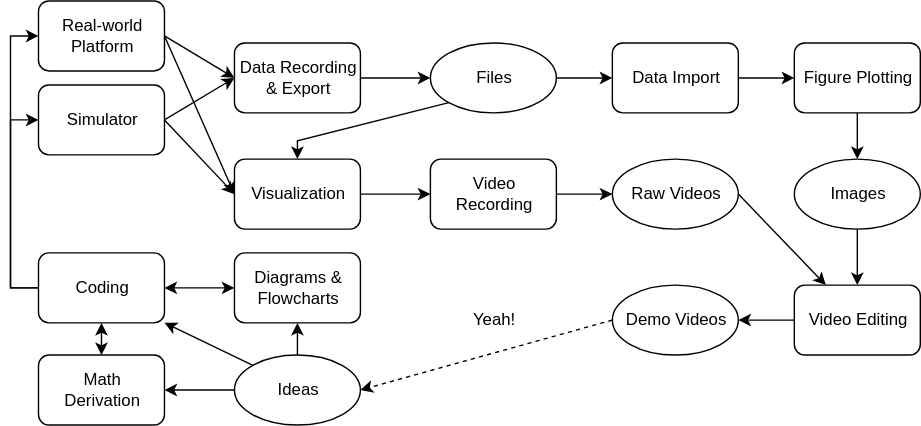
The draw.io diagram images/research_workflow.svg in Magic-wei/make_work_easier, before a commit. Source tidied: cells renumbered, new cells last; positions are measured from the earlier drawing's top-left corner, leaving out a move shared by most shapes.
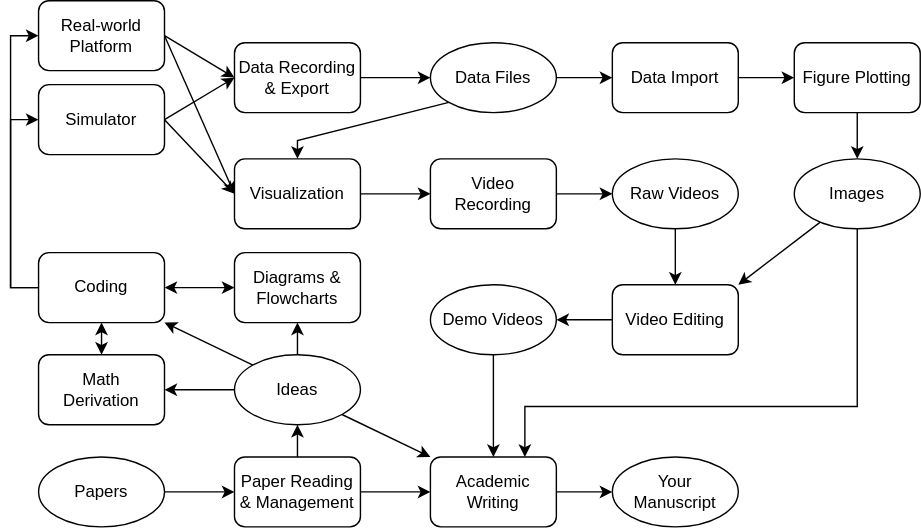
Later version of the same file.

Commit message:
Add Academic writing tools

What changed in the source:
```diff
@@ -5,7 +5,7 @@
     <mxCell id="2" style="edgeStyle=none;rounded=0;jettySize=auto;html=1;exitX=1;exitY=0.5;exitDx=0;exitDy=0;entryX=0;entryY=0.5;entryDx=0;entryDy=0;" parent="1" edge="1" source="4" target="9">
       <mxGeometry relative="1" as="geometry" />
     </mxCell>
-    <mxCell id="3" style="edgeStyle=none;rounded=0;jettySize=auto;html=1;exitX=1;exitY=0.5;exitDx=0;exitDy=0;entryX=0;entryY=0.5;entryDx=0;entryDy=0;" parent="1" edge="1" source="4" target="22">
+    <mxCell id="3" style="edgeStyle=none;rounded=0;jettySize=auto;html=1;exitX=1;exitY=0.5;exitDx=0;exitDy=0;entryX=0;entryY=0.5;entryDx=0;entryDy=0;" parent="1" edge="1" source="4" target="23">
       <mxGeometry relative="1" as="geometry" />
     </mxCell>
     <mxCell id="4" value="Real-world Platform" style="rounded=1;whiteSpace=wrap;html=1;" parent="1" vertex="1">
@@ -14,7 +14,7 @@
     <mxCell id="5" style="edgeStyle=none;rounded=0;jettySize=auto;html=1;exitX=1;exitY=0.5;exitDx=0;exitDy=0;entryX=0;entryY=0.5;entryDx=0;entryDy=0;" parent="1" edge="1" source="7" target="9">
       <mxGeometry relative="1" as="geometry" />
     </mxCell>
-    <mxCell id="6" style="edgeStyle=none;rounded=0;jettySize=auto;html=1;exitX=1;exitY=0.5;exitDx=0;exitDy=0;entryX=0;entryY=0.5;entryDx=0;entryDy=0;" parent="1" edge="1" source="7" target="22">
+    <mxCell id="6" style="edgeStyle=none;rounded=0;jettySize=auto;html=1;exitX=1;exitY=0.5;exitDx=0;exitDy=0;entryX=0;entryY=0.5;entryDx=0;entryDy=0;" parent="1" edge="1" source="7" target="23">
       <mxGeometry relative="1" as="geometry" />
     </mxCell>
     <mxCell id="7" value="Simulator" style="rounded=1;whiteSpace=wrap;html=1;" parent="1" vertex="1">
@@ -29,7 +29,7 @@
     <mxCell id="10" style="edgeStyle=none;rounded=0;jettySize=auto;html=1;" parent="1" edge="1" source="12" target="14">
       <mxGeometry relative="1" as="geometry" />
     </mxCell>
-    <mxCell id="11" style="edgeStyle=none;rounded=0;jettySize=auto;html=1;exitX=0;exitY=1;exitDx=0;exitDy=0;entryX=0.5;entryY=0;entryDx=0;entryDy=0;" parent="1" edge="1" source="12" target="22">
+    <mxCell id="11" style="edgeStyle=none;rounded=0;jettySize=auto;html=1;exitX=0;exitY=1;exitDx=0;exitDy=0;entryX=0.5;entryY=0;entryDx=0;entryDy=0;" parent="1" edge="1" source="12" target="23">
       <mxGeometry relative="1" as="geometry">
         <Array as="points">
           <mxPoint x="185" y="100" />
@@ -45,83 +45,115 @@
     <mxCell id="14" value="Data Import" style="rounded=1;whiteSpace=wrap;html=1;" parent="1" vertex="1">
       <mxGeometry x="410" y="30" width="90" height="50" as="geometry" />
     </mxCell>
-    <mxCell id="15" style="edgeStyle=orthogonalEdgeStyle;rounded=0;jettySize=auto;html=1;exitX=0.5;exitY=1;exitDx=0;exitDy=0;entryX=0.5;entryY=0;entryDx=0;entryDy=0;" parent="1" edge="1" source="16" target="18">
+    <mxCell id="15" style="edgeStyle=orthogonalEdgeStyle;rounded=0;jettySize=auto;html=1;exitX=0.5;exitY=1;exitDx=0;exitDy=0;entryX=0.5;entryY=0;entryDx=0;entryDy=0;" parent="1" edge="1" source="16" target="19">
       <mxGeometry relative="1" as="geometry" />
     </mxCell>
     <mxCell id="16" value="Figure Plotting" style="rounded=1;whiteSpace=wrap;html=1;" parent="1" vertex="1">
       <mxGeometry x="540" y="30" width="90" height="50" as="geometry" />
     </mxCell>
-    <mxCell id="17" style="edgeStyle=none;rounded=0;jettySize=auto;html=1;entryX=0.5;entryY=0;entryDx=0;entryDy=0;" parent="1" edge="1" source="18" target="20">
+    <mxCell id="17" style="rounded=0;jettySize=auto;html=1;entryX=1;entryY=0;entryDx=0;entryDy=0;" parent="1" edge="1" source="19" target="21">
       <mxGeometry relative="1" as="geometry" />
     </mxCell>
-    <mxCell id="18" value="Images" style="ellipse;whiteSpace=wrap;html=1;" parent="1" vertex="1">
-      <mxGeometry x="540" y="113" width="90" height="50" as="geometry" />
+    <mxCell id="18" style="edgeStyle=orthogonalEdgeStyle;rounded=0;jettySize=auto;html=1;exitX=0.5;exitY=1;exitDx=0;exitDy=0;entryX=0.75;entryY=0;entryDx=0;entryDy=0;" parent="1" edge="1" source="19" target="48">
+      <mxGeometry relative="1" as="geometry">
+        <Array as="points">
+          <mxPoint x="585" y="290" />
+          <mxPoint x="348" y="290" />
+        </Array>
+      </mxGeometry>
     </mxCell>
-    <mxCell id="19" style="edgeStyle=orthogonalEdgeStyle;rounded=0;jettySize=auto;html=1;exitX=0;exitY=0.5;exitDx=0;exitDy=0;entryX=1;entryY=0.5;entryDx=0;entryDy=0;" parent="1" edge="1" source="20" target="28">
-      <mxGeometry relative="1" as="geometry" />
+    <mxCell id="19" value="Images" style="ellipse;whiteSpace=wrap;html=1;" parent="1" vertex="1">
+      <mxGeometry x="540" y="113" width="90" height="50" as="geometry" />
     </mxCell>
-    <mxCell id="20" value="Video Editing" style="rounded=1;whiteSpace=wrap;html=1;" parent="1" vertex="1">
-      <mxGeometry x="540" y="203" width="90" height="50" as="geometry" />
+    <mxCell id="20" style="edgeStyle=orthogonalEdgeStyle;rounded=0;jettySize=auto;html=1;exitX=0;exitY=0.5;exitDx=0;exitDy=0;entryX=1;entryY=0.5;entryDx=0;entryDy=0;" parent="1" edge="1" source="21" target="29">
+      <mxGeometry relative="1" as="geometry" />
     </mxCell>
-    <mxCell id="21" style="edgeStyle=orthogonalEdgeStyle;rounded=0;jettySize=auto;html=1;entryX=0;entryY=0.5;entryDx=0;entryDy=0;" parent="1" edge="1" source="22" target="24">
-      <mxGeometry relative="1" as="geometry" />
+    <mxCell id="21" value="Video Editing" style="rounded=1;whiteSpace=wrap;html=1;" parent="1" vertex="1">
+      <mxGeometry x="410" y="203" width="90" height="50" as="geometry" />
     </mxCell>
-    <mxCell id="22" value="Visualization" style="rounded=1;whiteSpace=wrap;html=1;" parent="1" vertex="1">
-      <mxGeometry x="140" y="113" width="90" height="50" as="geometry" />
+    <mxCell id="22" style="edgeStyle=orthogonalEdgeStyle;rounded=0;jettySize=auto;html=1;entryX=0;entryY=0.5;entryDx=0;entryDy=0;" parent="1" edge="1" source="23" target="25">
+      <mxGeometry relative="1" as="geometry" />
     </mxCell>
-    <mxCell id="23" style="edgeStyle=orthogonalEdgeStyle;rounded=0;jettySize=auto;html=1;exitX=1;exitY=0.5;exitDx=0;exitDy=0;entryX=0;entryY=0.5;entryDx=0;entryDy=0;" parent="1" edge="1" source="24" target="26">
-      <mxGeometry relative="1" as="geometry" />
+    <mxCell id="23" value="Visualization" style="rounded=1;whiteSpace=wrap;html=1;" parent="1" vertex="1">
+      <mxGeometry x="140" y="113" width="90" height="50" as="geometry" />
     </mxCell>
-    <mxCell id="24" value="Video Recording" style="rounded=1;whiteSpace=wrap;html=1;" parent="1" vertex="1">
-      <mxGeometry x="280" y="113" width="90" height="50" as="geometry" />
+    <mxCell id="24" style="edgeStyle=orthogonalEdgeStyle;rounded=0;jettySize=auto;html=1;exitX=1;exitY=0.5;exitDx=0;exitDy=0;entryX=0;entryY=0.5;entryDx=0;entryDy=0;" parent="1" edge="1" source="25" target="27">
+      <mxGeometry relative="1" as="geometry" />
     </mxCell>
-    <mxCell id="25" style="edgeStyle=none;rounded=0;jettySize=auto;html=1;exitX=1;exitY=0.5;exitDx=0;exitDy=0;entryX=0.25;entryY=0;entryDx=0;entryDy=0;startArrow=none;startFill=0;" parent="1" edge="1" source="26" target="20">
-      <mxGeometry relative="1" as="geometry" />
+    <mxCell id="25" value="Video Recording" style="rounded=1;whiteSpace=wrap;html=1;" parent="1" vertex="1">
+      <mxGeometry x="280" y="113" width="90" height="50" as="geometry" />
     </mxCell>
-    <mxCell id="26" value="Raw Videos" style="ellipse;whiteSpace=wrap;html=1;" parent="1" vertex="1">
-      <mxGeometry x="410" y="113" width="90" height="50" as="geometry" />
+    <mxCell id="26" style="edgeStyle=none;rounded=0;jettySize=auto;html=1;exitX=0.5;exitY=1;exitDx=0;exitDy=0;entryX=0.5;entryY=0;entryDx=0;entryDy=0;startArrow=none;startFill=0;" parent="1" edge="1" source="27" target="21">
+      <mxGeometry relative="1" as="geometry" />
     </mxCell>
-    <mxCell id="27" style="edgeStyle=none;rounded=0;jettySize=auto;html=1;exitX=0;exitY=0.5;exitDx=0;exitDy=0;entryX=1;entryY=0.5;entryDx=0;entryDy=0;startArrow=none;startFill=0;dashed=1;" parent="1" edge="1" source="28" target="32">
-      <mxGeometry relative="1" as="geometry" />
+    <mxCell id="27" value="Raw Videos" style="ellipse;whiteSpace=wrap;html=1;" parent="1" vertex="1">
+      <mxGeometry x="410" y="113" width="90" height="50" as="geometry" />
     </mxCell>
-    <mxCell id="28" value="Demo Videos" style="ellipse;whiteSpace=wrap;html=1;" parent="1" vertex="1">
-      <mxGeometry x="410" y="203" width="90" height="50" as="geometry" />
+    <mxCell id="28" style="edgeStyle=orthogonalEdgeStyle;rounded=0;jettySize=auto;html=1;exitX=0.5;exitY=1;exitDx=0;exitDy=0;entryX=0.5;entryY=0;entryDx=0;entryDy=0;" parent="1" edge="1" source="29" target="48">
+      <mxGeometry relative="1" as="geometry" />
     </mxCell>
-    <mxCell id="29" style="edgeStyle=none;rounded=0;jettySize=auto;html=1;exitX=0;exitY=0;exitDx=0;exitDy=0;entryX=1;entryY=1;entryDx=0;entryDy=0;" parent="1" edge="1" source="32" target="38">
-      <mxGeometry relative="1" as="geometry" />
+    <mxCell id="29" value="Demo Videos" style="ellipse;whiteSpace=wrap;html=1;" parent="1" vertex="1">
+      <mxGeometry x="280" y="203" width="90" height="50" as="geometry" />
     </mxCell>
-    <mxCell id="30" style="edgeStyle=none;rounded=0;jettySize=auto;html=1;exitX=0;exitY=0.5;exitDx=0;exitDy=0;entryX=1;entryY=0.5;entryDx=0;entryDy=0;" parent="1" edge="1" source="32" target="34">
+    <mxCell id="30" style="edgeStyle=none;rounded=0;jettySize=auto;html=1;exitX=0;exitY=0;exitDx=0;exitDy=0;entryX=1;entryY=1;entryDx=0;entryDy=0;" parent="1" edge="1" source="34" target="40">
       <mxGeometry relative="1" as="geometry" />
     </mxCell>
-    <mxCell id="31" style="edgeStyle=none;rounded=0;jettySize=auto;html=1;exitX=0.5;exitY=0;exitDx=0;exitDy=0;entryX=0.5;entryY=1;entryDx=0;entryDy=0;" parent="1" edge="1" source="32" target="40">
+    <mxCell id="31" style="edgeStyle=none;rounded=0;jettySize=auto;html=1;exitX=0;exitY=0.5;exitDx=0;exitDy=0;entryX=1;entryY=0.5;entryDx=0;entryDy=0;" parent="1" edge="1" source="34" target="36">
       <mxGeometry relative="1" as="geometry" />
     </mxCell>
-    <mxCell id="32" value="Ideas" style="ellipse;whiteSpace=wrap;html=1;" parent="1" vertex="1">
-      <mxGeometry x="140" y="253" width="90" height="50" as="geometry" />
+    <mxCell id="32" style="edgeStyle=none;rounded=0;jettySize=auto;html=1;exitX=0.5;exitY=0;exitDx=0;exitDy=0;entryX=0.5;entryY=1;entryDx=0;entryDy=0;" parent="1" edge="1" source="34" target="41">
+      <mxGeometry relative="1" as="geometry" />
     </mxCell>
-    <mxCell id="33" style="edgeStyle=orthogonalEdgeStyle;rounded=0;jettySize=auto;html=1;exitX=0.5;exitY=0;exitDx=0;exitDy=0;entryX=0.5;entryY=1;entryDx=0;entryDy=0;startArrow=classic;startFill=1;" parent="1" edge="1" source="34" target="38">
+    <mxCell id="33" style="edgeStyle=none;rounded=0;jettySize=auto;html=1;exitX=1;exitY=1;exitDx=0;exitDy=0;entryX=0;entryY=0;entryDx=0;entryDy=0;" parent="1" edge="1" source="34" target="48">
       <mxGeometry relative="1" as="geometry" />
     </mxCell>
-    <mxCell id="34" value="Math &lt;br&gt;Derivation" style="rounded=1;whiteSpace=wrap;html=1;" parent="1" vertex="1">
-      <mxGeometry y="253" width="90" height="50" as="geometry" />
+    <mxCell id="34" value="Ideas" style="ellipse;whiteSpace=wrap;html=1;" parent="1" vertex="1">
+      <mxGeometry x="140" y="253" width="90" height="50" as="geometry" />
     </mxCell>
-    <mxCell id="35" style="edgeStyle=orthogonalEdgeStyle;rounded=0;jettySize=auto;html=1;exitX=0;exitY=0.5;exitDx=0;exitDy=0;entryX=0;entryY=0.5;entryDx=0;entryDy=0;" parent="1" edge="1" source="38" target="4">
+    <mxCell id="35" style="edgeStyle=orthogonalEdgeStyle;rounded=0;jettySize=auto;html=1;exitX=0.5;exitY=0;exitDx=0;exitDy=0;entryX=0.5;entryY=1;entryDx=0;entryDy=0;startArrow=classic;startFill=1;" parent="1" edge="1" source="36" target="40">
       <mxGeometry relative="1" as="geometry" />
     </mxCell>
-    <mxCell id="36" style="edgeStyle=orthogonalEdgeStyle;rounded=0;jettySize=auto;html=1;exitX=0;exitY=0.5;exitDx=0;exitDy=0;entryX=0;entryY=0.5;entryDx=0;entryDy=0;" parent="1" edge="1" source="38" target="7">
-      <mxGeometry relative="1" as="geometry" />
+    <mxCell id="36" value="Math &lt;br&gt;Derivation" style="rounded=1;whiteSpace=wrap;html=1;" parent="1" vertex="1">
+      <mxGeometry y="253" width="90" height="50" as="geometry" />
     </mxCell>
-    <mxCell id="37" style="edgeStyle=none;rounded=0;jettySize=auto;html=1;exitX=1;exitY=0.5;exitDx=0;exitDy=0;entryX=0;entryY=0.5;entryDx=0;entryDy=0;startArrow=classic;startFill=1;" parent="1" edge="1" source="38" target="40">
+    <mxCell id="37" style="edgeStyle=orthogonalEdgeStyle;rounded=0;jettySize=auto;html=1;exitX=0;exitY=0.5;exitDx=0;exitDy=0;entryX=0;entryY=0.5;entryDx=0;entryDy=0;" parent="1" edge="1" source="40" target="4">
       <mxGeometry relative="1" as="geometry" />
     </mxCell>
-    <mxCell id="38" value="Coding" style="rounded=1;whiteSpace=wrap;html=1;" parent="1" vertex="1">
-      <mxGeometry y="180" width="90" height="50" as="geometry" />
+    <mxCell id="38" style="edgeStyle=orthogonalEdgeStyle;rounded=0;jettySize=auto;html=1;exitX=0;exitY=0.5;exitDx=0;exitDy=0;entryX=0;entryY=0.5;entryDx=0;entryDy=0;" parent="1" edge="1" source="40" target="7">
+      <mxGeometry relative="1" as="geometry" />
     </mxCell>
-    <mxCell id="39" value="Yeah!" style="text;html=1;strokeColor=none;fillColor=none;align=center;verticalAlign=middle;whiteSpace=wrap;rounded=0;" parent="1" vertex="1">
-      <mxGeometry x="305" y="218" width="40" height="20" as="geometry" />
+    <mxCell id="39" style="edgeStyle=none;rounded=0;jettySize=auto;html=1;exitX=1;exitY=0.5;exitDx=0;exitDy=0;entryX=0;entryY=0.5;entryDx=0;entryDy=0;startArrow=classic;startFill=1;" parent="1" edge="1" source="40" target="41">
+      <mxGeometry relative="1" as="geometry" />
     </mxCell>
-    <mxCell id="40" value="Diagrams &amp;amp; Flowcharts" style="rounded=1;whiteSpace=wrap;html=1;" parent="1" vertex="1">
-      <mxGeometry x="140" y="180" width="90" height="50" as="geometry" />
+    <mxCell id="40" value="Coding" style="rounded=1;whiteSpace=wrap;html=1;" parent="1" vertex="1">
+      <mxGeometry y="180" width="90" height="50" as="geometry" />
     </mxCell>
+    <mxCell id="41" value="Diagrams &amp;amp; Flowcharts" style="rounded=1;whiteSpace=wrap;html=1;" parent="1" vertex="1">
+      <mxGeometry x="140" y="180" width="90" height="50" as="geometry" />
+    </mxCell>
+    <mxCell id="42" style="edgeStyle=orthogonalEdgeStyle;rounded=0;jettySize=auto;html=1;exitX=0.5;exitY=0;exitDx=0;exitDy=0;entryX=0.5;entryY=1;entryDx=0;entryDy=0;" parent="1" edge="1" source="44" target="34">
+      <mxGeometry relative="1" as="geometry" />
+    </mxCell>
+    <mxCell id="43" style="edgeStyle=orthogonalEdgeStyle;rounded=0;jettySize=auto;html=1;exitX=1;exitY=0.5;exitDx=0;exitDy=0;entryX=0;entryY=0.5;entryDx=0;entryDy=0;" parent="1" edge="1" source="44" target="48">
+      <mxGeometry relative="1" as="geometry" />
+    </mxCell>
+    <mxCell id="44" value="Paper Reading &amp;amp; Management" style="rounded=1;whiteSpace=wrap;html=1;" parent="1" vertex="1">
+      <mxGeometry x="140" y="326" width="90" height="50" as="geometry" />
+    </mxCell>
+    <mxCell id="45" style="edgeStyle=orthogonalEdgeStyle;rounded=0;jettySize=auto;html=1;entryX=0;entryY=0.5;entryDx=0;entryDy=0;" parent="1" edge="1" source="46" target="44">
+      <mxGeometry relative="1" as="geometry" />
+    </mxCell>
+    <mxCell id="46" value="Papers" style="ellipse;whiteSpace=wrap;html=1;" parent="1" vertex="1">
+      <mxGeometry y="326" width="90" height="50" as="geometry" />
+    </mxCell>
+    <mxCell id="47" style="edgeStyle=orthogonalEdgeStyle;rounded=0;jettySize=auto;html=1;exitX=1;exitY=0.5;exitDx=0;exitDy=0;entryX=0;entryY=0.5;entryDx=0;entryDy=0;" parent="1" edge="1" source="48" target="49">
+      <mxGeometry relative="1" as="geometry" />
+    </mxCell>
+    <mxCell id="48" value="Writing Papers" style="rounded=1;whiteSpace=wrap;html=1;" parent="1" vertex="1">
+      <mxGeometry x="280" y="326" width="90" height="50" as="geometry" />
+    </mxCell>
+    <mxCell id="49" value="Your &lt;br&gt;Manuscript" style="ellipse;whiteSpace=wrap;html=1;" parent="1" vertex="1">
+      <mxGeometry x="410" y="326" width="90" height="50" as="geometry" />
+    </mxCell>
   </root>
 </mxGraphModel>
```
